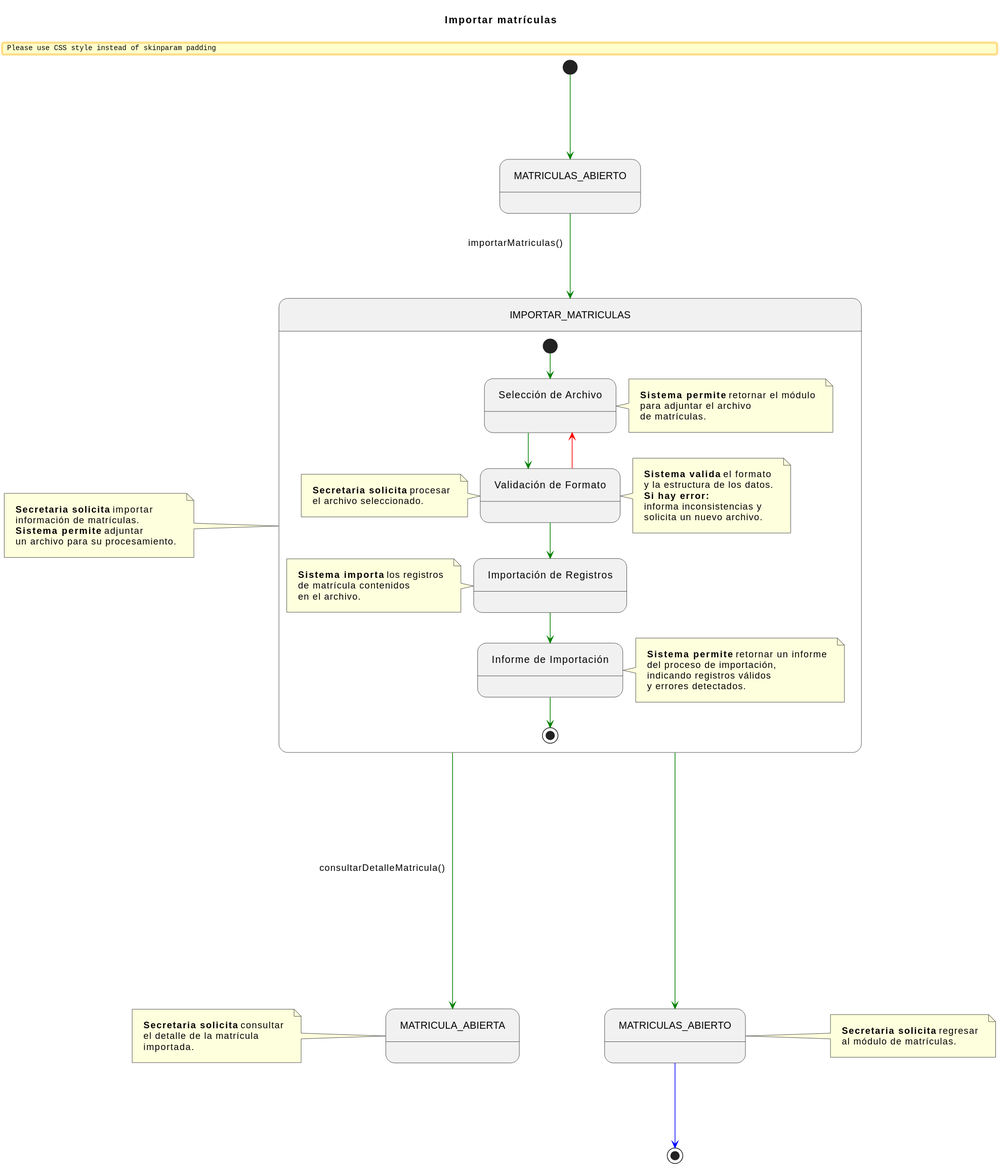
Above: documents/CasosDeUso/DetalladoCasosDeUso/Secretaria/importarMatriculas.svg in enmabry/25-26-IdSw1-SdR (PlantUML), before the change.
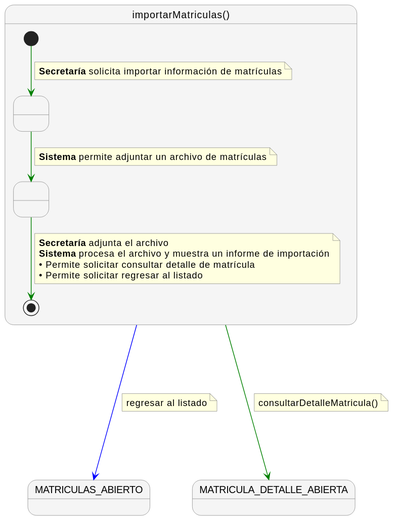
After the change.

Change to the diagram source:
```diff
@@ -1,98 +1,46 @@
 @startuml
-title Importar matrículas
+skinparam nodesep 60
+skinparam ranksep 60
+skinparam linetype polyline
+skinparam NoteBackgroundColor lightyellow
+skinparam NoteBorderColor gray
+skinparam StateBackgroundColor #F5F5F5
+skinparam StateBorderColor gray
 
+state "importarMatriculas()" as importarMatriculas {
 
-skinparam nodesep 120
-skinparam ranksep 120
-skinparam linetype ortho
-skinparam Padding 10
+    state " " as Paso1
+    state " " as Paso2
 
-state MATRICULAS_ABIERTO_INICIAL   as "MATRICULAS_ABIERTO"
-state IMPORTAR_MATRICULAS_COMP    as "IMPORTAR_MATRICULAS"
-state MATRICULA_ABIERTA_FINAL     as "MATRICULA_ABIERTA"
-state MATRICULAS_ABIERTO_FINAL    as "MATRICULAS_ABIERTO"
+    [*] -[#green]-> Paso1
+    note on link
+      <b>Secretaría</b> solicita importar información de matrículas
+    end note
 
-[*] -[#green]-> MATRICULAS_ABIERTO_INICIAL
+    Paso1 -[#green]-> Paso2
+    note on link
+      <b>Sistema</b> permite adjuntar un archivo de matrículas
+    end note
 
-MATRICULAS_ABIERTO_INICIAL -[#green]-> IMPORTAR_MATRICULAS_COMP : importarMatriculas()
+    Paso2 -[#green]-> [*]
+    note on link
+      <b>Secretaría</b> adjunta el archivo
+      <b>Sistema</b> procesa el archivo y muestra un informe de importación
+      • Permite solicitar consultar detalle de matrícula
+      • Permite solicitar regresar al listado
+    end note
+}
 
-note left of IMPORTAR_MATRICULAS_COMP
-    <b>Secretaria solicita</b> importar
-    información de matrículas.
-    <b>Sistema permite</b> adjuntar
-    un archivo para su procesamiento.
+state "MATRICULAS_ABIERTO" as MATRICULAS_ABIERTO
+state "MATRICULA_DETALLE_ABIERTA" as MATRICULA_DETALLE_ABIERTA
+
+importarMatriculas -[#green]---> MATRICULA_DETALLE_ABIERTA
+note right on link
+  consultarDetalleMatricula()
 end note
 
-
-state IMPORTAR_MATRICULAS_COMP {
-
-    state SolicitudArchivo   as "Selección de Archivo"
-    state ValidarFormato     as "Validación de Formato"
-    state ImportarRegistros  as "Importación de Registros"
-    state RetornarInforme     as "Informe de Importación"
-
-    [*] -[#green]-> SolicitudArchivo
-
-    note right of SolicitudArchivo
-        <b>Sistema permite</b> retornar el módulo
-        para adjuntar el archivo
-        de matrículas.
-    end note
-
-    SolicitudArchivo -[#green]-> ValidarFormato
-
-    note left of ValidarFormato
-        <b>Secretaria solicita</b> procesar
-        el archivo seleccionado.
-    end note
-
-    ValidarFormato -[#red]-> SolicitudArchivo
-
-    note right of ValidarFormato
-        <b>Sistema valida</b> el formato
-        y la estructura de los datos.
-        <b>Si hay error:</b>
-        informa inconsistencias y
-        solicita un nuevo archivo.
-    end note
-
-    ValidarFormato -[#green]-> ImportarRegistros
-
-    note left of ImportarRegistros
-        <b>Sistema importa</b> los registros
-        de matrícula contenidos
-        en el archivo.
-    end note
-
-    ImportarRegistros -[#green]-> RetornarInforme
-
-    note right of RetornarInforme
-        <b>Sistema permite</b> retornar un informe
-        del proceso de importación,
-        indicando registros válidos
-        y errores detectados.
-    end note
-
-    RetornarInforme -[#green]-> [*]
-}
-
-
-IMPORTAR_MATRICULAS_COMP -[#green]---> MATRICULA_ABIERTA_FINAL : consultarDetalleMatricula()
-
-note left of MATRICULA_ABIERTA_FINAL
-    <b>Secretaria solicita</b> consultar
-    el detalle de la matrícula
-    importada.
+importarMatriculas -[#blue]---> MATRICULAS_ABIERTO
+note right on link
+  regresar al listado
 end note
-
-
-IMPORTAR_MATRICULAS_COMP -[#green]---> MATRICULAS_ABIERTO_FINAL
-
-note right of MATRICULAS_ABIERTO_FINAL
-    <b>Secretaria solicita</b> regresar
-    al módulo de matrículas.
-end note
-
-
-MATRICULAS_ABIERTO_FINAL -[#blue]-> [*]
 @enduml
```
